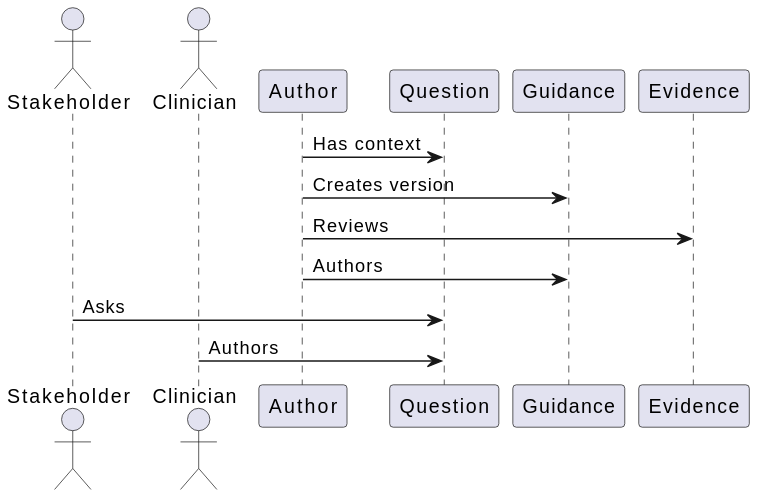
Earlier version of the PlantUML export docs/docs/diagrams/out/revision.svg (chronicleworks/chronicle).
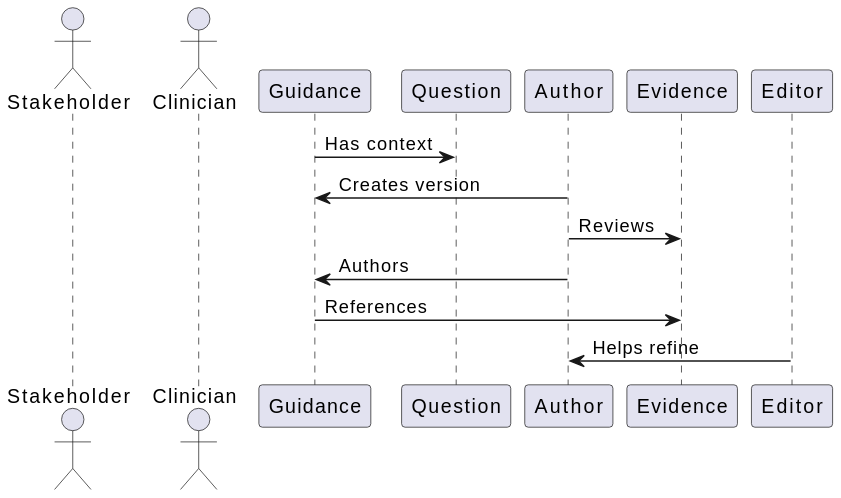
After the commit.

What changed in the source:
```diff
@@ -2,11 +2,10 @@
 actor "Stakeholder"
 actor "Clinician"
 
-Author -> Question : Has context
+Guidance -> Question : Has context
 Author -> Guidance : Creates version
 Author -> Evidence : Reviews
 Author -> Guidance : Authors
-
-Stakeholder -> Question : Asks
-Clinician -> Question : Authors
+Guidance -> Evidence : References
+Editor -> Author: Helps refine
 @enduml
```
